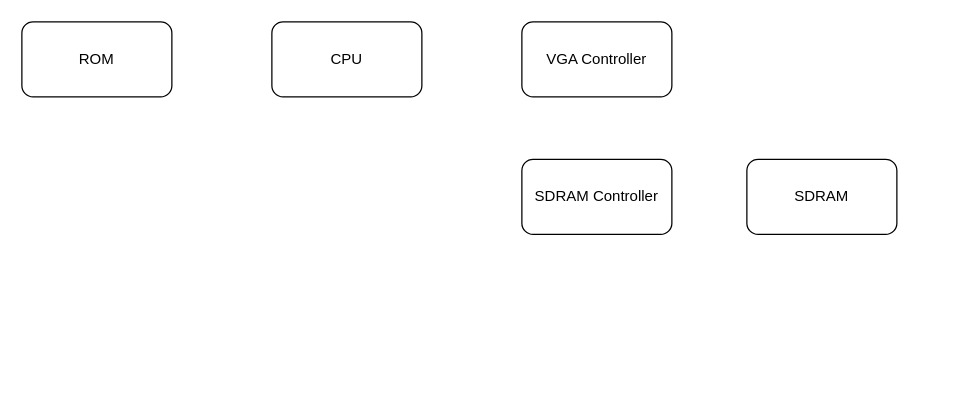
Earlier version of the draw.io diagram hardware/Untitled Diagram.drawio (Manistein/let-us-build-a-computer-system). Source tidied: cells renumbered, new cells numbered last; positions are measured from the earlier drawing's top-left corner, leaving out a move shared by most shapes. Both pictures are drawn from the tidied source at 125%, with x=0, y=0 at pixel (21, 21).
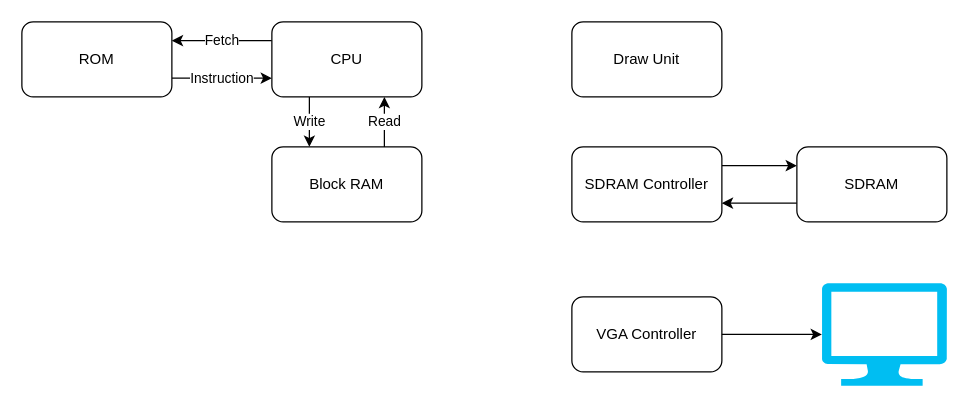
The same diagram, later.

Change to the diagram source:
```diff
@@
 <mxGraphModel>
   <root>
     <mxCell id="0" />
     <mxCell id="1" parent="0" />
+    <mxCell id="7" value="Instruction" style="edgeStyle=orthogonalEdgeStyle;rounded=0;jettySize=auto;html=1;exitX=1;exitY=0.75;exitDx=0;exitDy=0;entryX=0;entryY=0.75;entryDx=0;entryDy=0;" parent="1" edge="1" source="2" target="3">
+      <mxGeometry relative="1" as="geometry" />
+    </mxCell>
     <mxCell id="2" value="ROM" style="rounded=1;whiteSpace=wrap;html=1;" parent="1" vertex="1">
       <mxGeometry width="120" height="60" as="geometry" />
     </mxCell>
+    <mxCell id="8" value="Fetch" style="edgeStyle=orthogonalEdgeStyle;rounded=0;jettySize=auto;html=1;exitX=0;exitY=0.25;exitDx=0;exitDy=0;entryX=1;entryY=0.25;entryDx=0;entryDy=0;" parent="1" edge="1" source="3" target="2">
+      <mxGeometry relative="1" as="geometry" />
+    </mxCell>
+    <mxCell id="9" value="Write" style="edgeStyle=orthogonalEdgeStyle;rounded=0;jettySize=auto;html=1;exitX=0.25;exitY=1;exitDx=0;exitDy=0;entryX=0.25;entryY=0;entryDx=0;entryDy=0;" parent="1" edge="1" source="3" target="13">
+      <mxGeometry relative="1" as="geometry" />
+    </mxCell>
     <mxCell id="3" value="CPU" style="rounded=1;whiteSpace=wrap;html=1;" parent="1" vertex="1">
       <mxGeometry x="200" width="120" height="60" as="geometry" />
     </mxCell>
     <mxCell id="4" value="VGA Controller" style="rounded=1;whiteSpace=wrap;html=1;" parent="1" vertex="1">
-      <mxGeometry x="400" width="120" height="60" as="geometry" />
+      <mxGeometry x="440" y="220" width="120" height="60" as="geometry" />
     </mxCell>
+    <mxCell id="10" style="edgeStyle=orthogonalEdgeStyle;rounded=0;jettySize=auto;html=1;exitX=1;exitY=0.25;exitDx=0;exitDy=0;entryX=0;entryY=0.25;entryDx=0;entryDy=0;" parent="1" edge="1" source="5" target="6">
+      <mxGeometry relative="1" as="geometry" />
+    </mxCell>
     <mxCell id="5" value="SDRAM Controller" style="rounded=1;whiteSpace=wrap;html=1;" parent="1" vertex="1">
-      <mxGeometry x="400" y="110" width="120" height="60" as="geometry" />
+      <mxGeometry x="440" y="100" width="120" height="60" as="geometry" />
     </mxCell>
+    <mxCell id="11" style="edgeStyle=orthogonalEdgeStyle;rounded=0;jettySize=auto;html=1;exitX=0;exitY=0.75;exitDx=0;exitDy=0;entryX=1;entryY=0.75;entryDx=0;entryDy=0;" parent="1" edge="1" source="6" target="5">
+      <mxGeometry relative="1" as="geometry" />
+    </mxCell>
     <mxCell id="6" value="SDRAM" style="rounded=1;whiteSpace=wrap;html=1;" parent="1" vertex="1">
-      <mxGeometry x="580" y="110" width="120" height="60" as="geometry" />
+      <mxGeometry x="620" y="100" width="120" height="60" as="geometry" />
     </mxCell>
+    <mxCell id="12" value="Read" style="edgeStyle=orthogonalEdgeStyle;rounded=0;jettySize=auto;html=1;exitX=0.75;exitY=0;exitDx=0;exitDy=0;entryX=0.75;entryY=1;entryDx=0;entryDy=0;" parent="1" edge="1" source="13" target="3">
+      <mxGeometry relative="1" as="geometry" />
+    </mxCell>
+    <mxCell id="13" value="Block RAM" style="rounded=1;whiteSpace=wrap;html=1;" parent="1" vertex="1">
+      <mxGeometry x="200" y="100" width="120" height="60" as="geometry" />
+    </mxCell>
+    <mxCell id="14" value="Draw Unit" style="rounded=1;whiteSpace=wrap;html=1;" parent="1" vertex="1">
+      <mxGeometry x="440" width="120" height="60" as="geometry" />
+    </mxCell>
+    <mxCell id="15" style="verticalLabelPosition=bottom;html=1;verticalAlign=top;align=center;strokeColor=none;fillColor=#00BEF2;shape=mxgraph.azure.computer;" parent="1" vertex="1">
+      <mxGeometry x="640" y="209" width="100" height="82" as="geometry" />
+    </mxCell>
+    <mxCell id="16" style="edgeStyle=orthogonalEdgeStyle;rounded=0;jettySize=auto;html=1;exitX=1;exitY=0.5;exitDx=0;exitDy=0;entryX=0;entryY=0.5;entryDx=0;entryDy=0;entryPerimeter=0;" parent="1" edge="1" source="4" target="15">
+      <mxGeometry relative="1" as="geometry" />
+    </mxCell>
   </root>
 </mxGraphModel>
```
